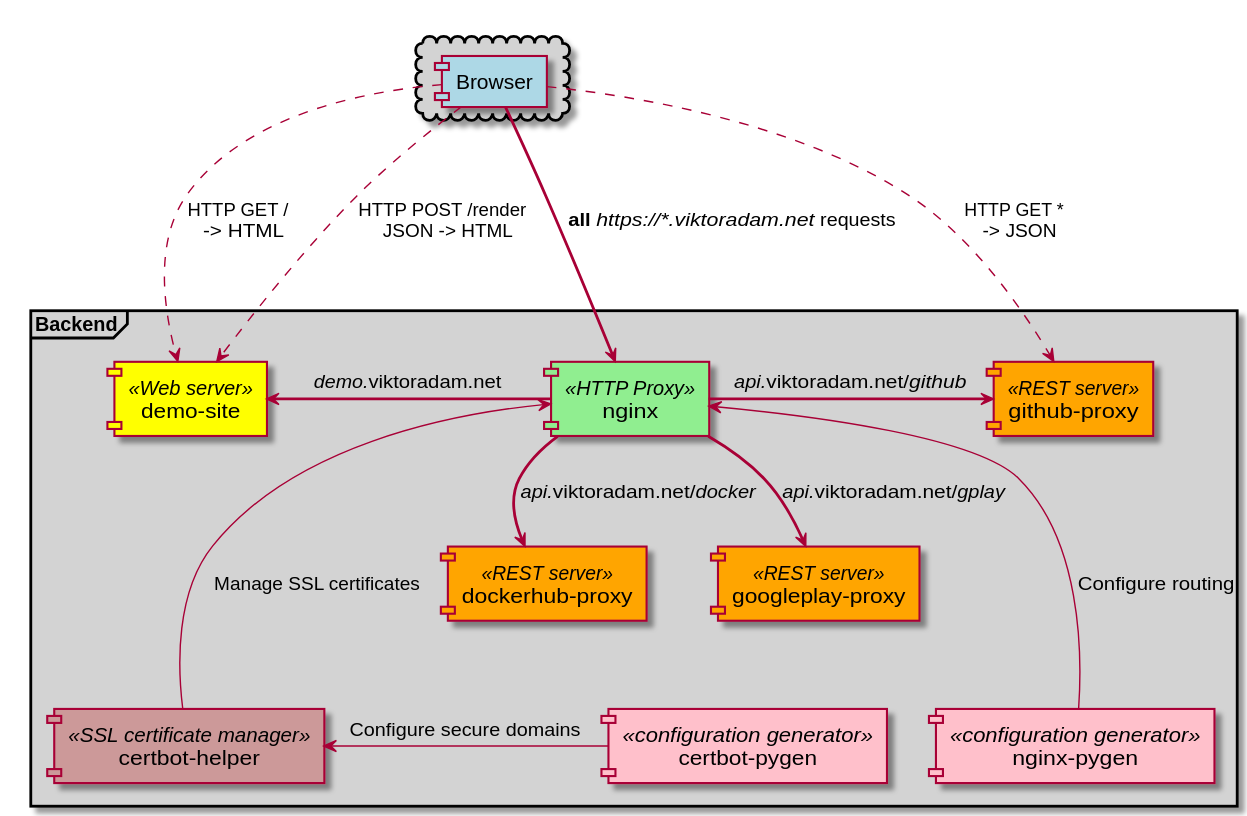
Before: src/assets/images/overview.svg, a diagram exported from PlantUML (rycus86/demo-site). Its source is kept beside it as src/assets/puml/overview.puml.
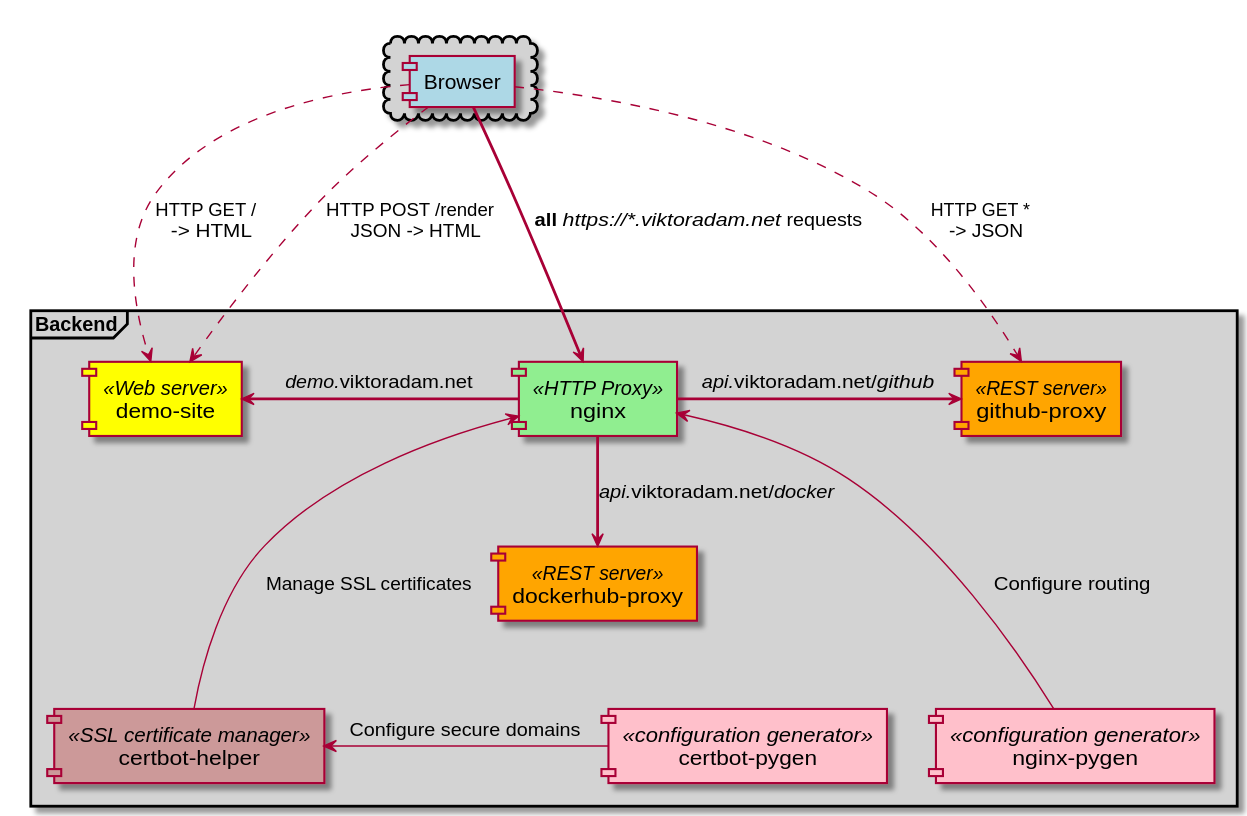
Above is the later version.

Diff of the diagram source:
```diff
@@ -9,7 +9,6 @@
     [demo-site] << Web server >> #Yellow
     [github-proxy] << REST server >> #Orange
     [dockerhub-proxy] << REST server >> #Orange
-    [googleplay-proxy] << REST server >> #Orange
 
     [nginx-pygen] << configuration generator >> #Pink
     [certbot-pygen] << configuration generator >> #Pink
@@ -21,7 +20,6 @@
 [nginx] =l=> [demo-site] : <i>demo.</i>viktoradam.net
 [nginx] =r=> [github-proxy] : <i>api.</i>viktoradam.net/<i>github</i>
 [nginx] =d=> [dockerhub-proxy] : <i>api.</i>viktoradam.net/<i>docker</i>
-[nginx] =d=> [googleplay-proxy] : <i>api.</i>viktoradam.net/<i>gplay</i>
 
 [nginx-pygen] --u-> [nginx] : Configure routing
 [certbot-helper] --u-> [nginx] : Manage SSL certificates
```
